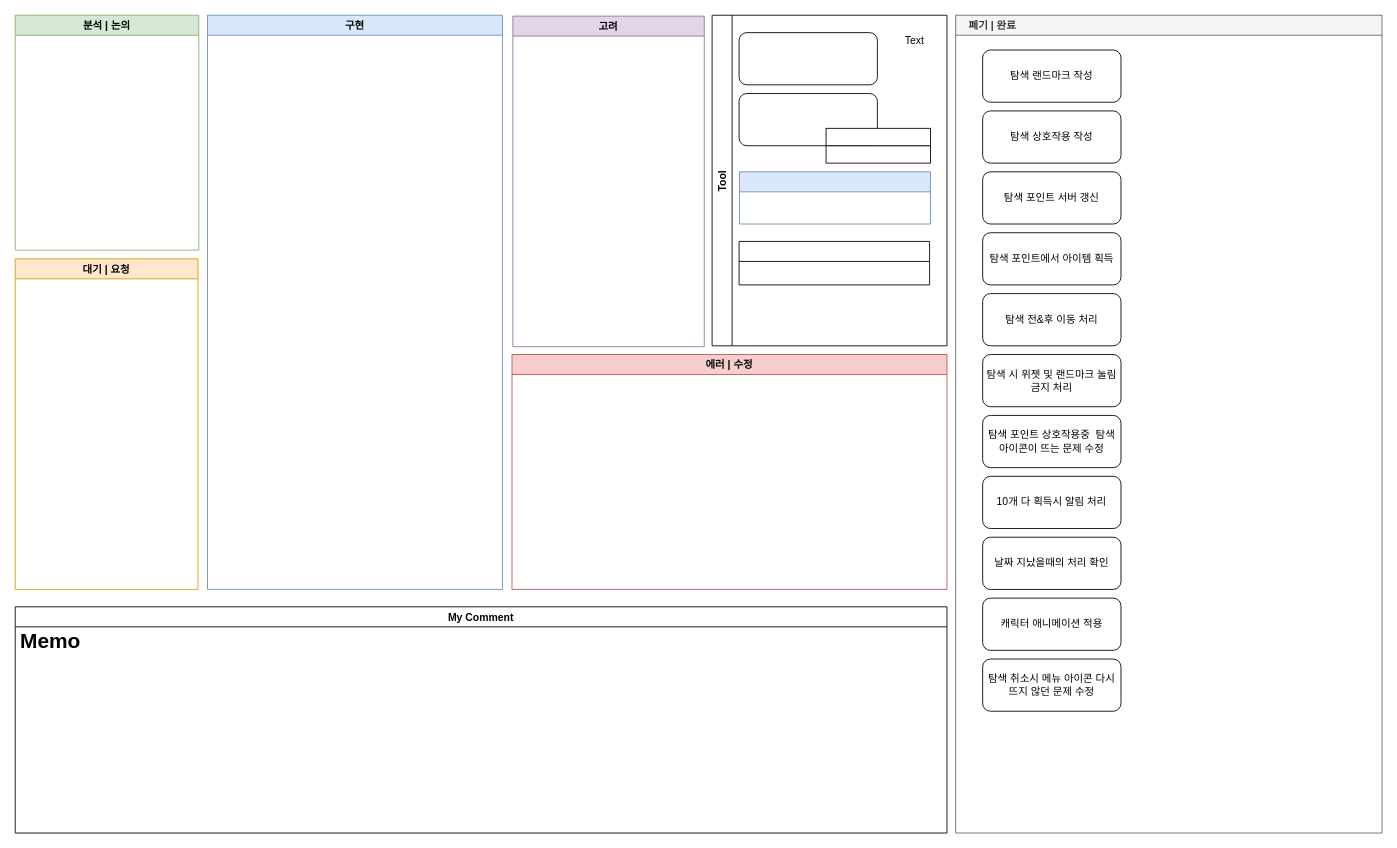
Endorr/Job-Board keeps this draw.io diagram as 낚시 시스템 진행상황.drawio. Above is the earlier version. Source tidied: cells renumbered, new cells numbered last; positions are measured from the earlier drawing's top-left corner, leaving out a move shared by most shapes. Both pictures are drawn from the tidied source at 87%, with x=0, y=0 at pixel (15, 15).
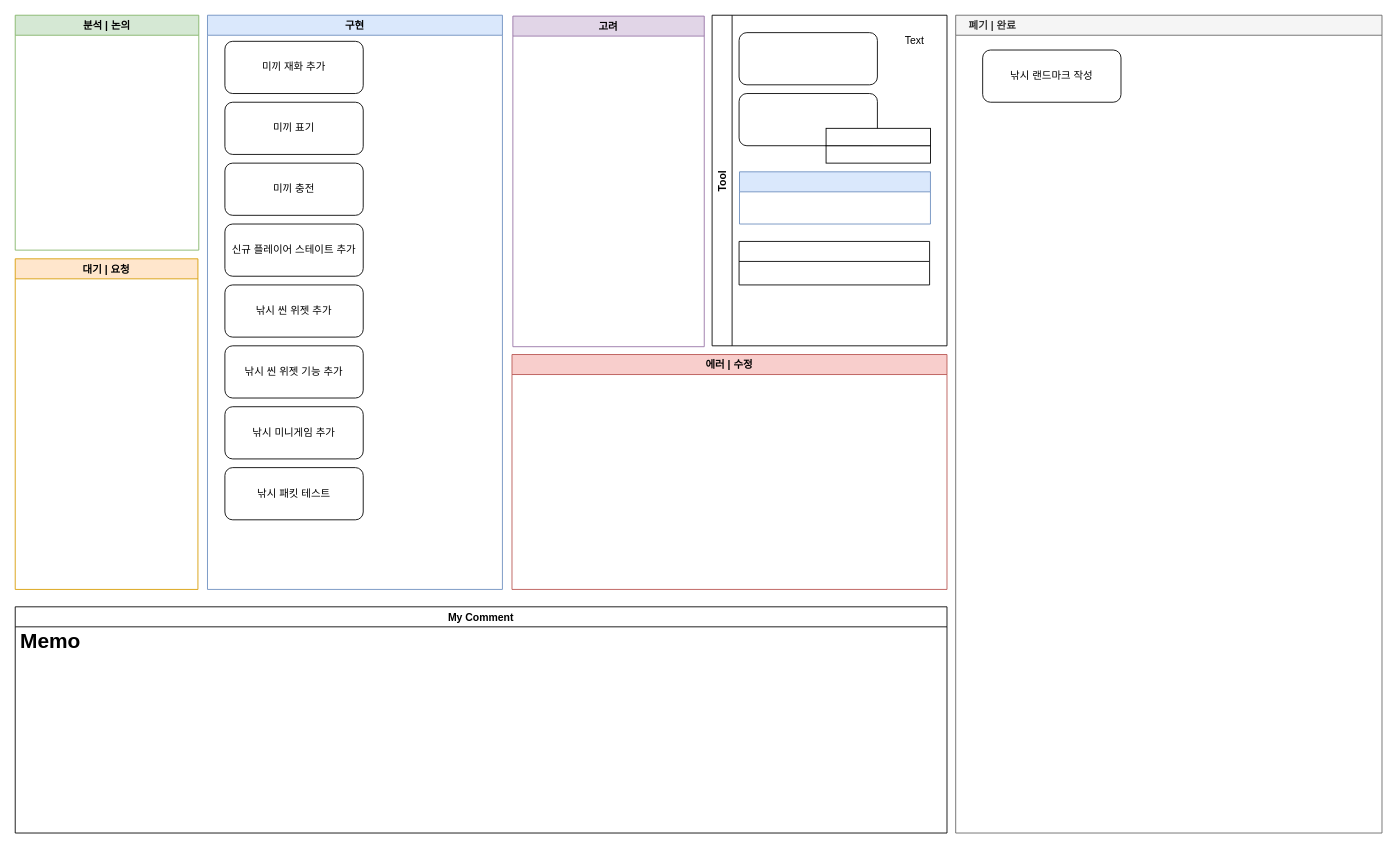
Above is the later version.

Commit message:
Update 낚시 시스템 진행상황.drawio

Unchanged cells that the change refers to:
```xml
<mxCell id="2" value="구현" style="swimlane;fillColor=#dae8fc;strokeColor=#6c8ebf;" parent="1" vertex="1">
  <mxGeometry x="221" width="339" height="660" as="geometry" />
</mxCell>
<mxCell id="7" value="    폐기 | 완료" style="swimlane;strokeColor=#666666;fillColor=#f5f5f5;fontColor=#333333;align=left;" parent="1" vertex="1">
  <mxGeometry x="1081" width="490" height="940" as="geometry" />
</mxCell>
```

The edit, as a diff of the source:
```diff
@@
+    <mxCell id="30" value="미끼 재화 추가" style="rounded=1;whiteSpace=wrap;html=1;" parent="2" vertex="1">
+      <mxGeometry x="20" y="30" width="159" height="60" as="geometry" />
+    </mxCell>
+    <mxCell id="31" value="미끼 표기" style="rounded=1;whiteSpace=wrap;html=1;" parent="2" vertex="1">
+      <mxGeometry x="20" y="100" width="159" height="60" as="geometry" />
+    </mxCell>
+    <mxCell id="32" value="미끼 충전" style="rounded=1;whiteSpace=wrap;html=1;" parent="2" vertex="1">
+      <mxGeometry x="20" y="170" width="159" height="60" as="geometry" />
+    </mxCell>
+    <mxCell id="33" value="신규 플레이어 스테이트 추가" style="rounded=1;whiteSpace=wrap;html=1;" parent="2" vertex="1">
+      <mxGeometry x="20" y="240" width="159" height="60" as="geometry" />
+    </mxCell>
+    <mxCell id="34" value="낚시 씬 위젯 기능 추가" style="rounded=1;whiteSpace=wrap;html=1;" parent="2" vertex="1">
+      <mxGeometry x="20" y="380" width="159" height="60" as="geometry" />
+    </mxCell>
+    <mxCell id="35" value="낚시 씬 위젯 추가" style="rounded=1;whiteSpace=wrap;html=1;" parent="2" vertex="1">
+      <mxGeometry x="20" y="310" width="159" height="60" as="geometry" />
+    </mxCell>
+    <mxCell id="36" value="낚시 미니게임 추가" style="rounded=1;whiteSpace=wrap;html=1;" parent="2" vertex="1">
+      <mxGeometry x="20" y="450" width="159" height="60" as="geometry" />
+    </mxCell>
+    <mxCell id="37" value="낚시 패킷 테스트" style="rounded=1;whiteSpace=wrap;html=1;" parent="2" vertex="1">
+      <mxGeometry x="20" y="520" width="159" height="60" as="geometry" />
+    </mxCell>
@@
-    <mxCell id="8" value="탐색 랜드마크 작성" style="rounded=1;whiteSpace=wrap;html=1;" parent="7" vertex="1">
+    <mxCell id="8" value="낚시 랜드마크 작성" style="rounded=1;whiteSpace=wrap;html=1;" parent="7" vertex="1">
       <mxGeometry x="31" y="40" width="159" height="60" as="geometry" />
     </mxCell>
-    <mxCell id="9" value="탐색 상호작용 작성" style="rounded=1;whiteSpace=wrap;html=1;" parent="7" vertex="1">
-      <mxGeometry x="31" y="110" width="159" height="60" as="geometry" />
-    </mxCell>
-    <mxCell id="10" value="탐색 포인트 서버 갱신" style="rounded=1;whiteSpace=wrap;html=1;" parent="7" vertex="1">
-      <mxGeometry x="31" y="180" width="159" height="60" as="geometry" />
-    </mxCell>
-    <mxCell id="11" value="탐색 포인트에서 아이템 획득" style="rounded=1;whiteSpace=wrap;html=1;" parent="7" vertex="1">
-      <mxGeometry x="31" y="250" width="159" height="60" as="geometry" />
-    </mxCell>
-    <mxCell id="12" value="탐색 전&amp;amp;후 이동 처리" style="rounded=1;whiteSpace=wrap;html=1;" parent="7" vertex="1">
-      <mxGeometry x="31" y="320" width="159" height="60" as="geometry" />
-    </mxCell>
-    <mxCell id="13" value="탐색 시 위젯 및 랜드마크 눌림 금지 처리" style="rounded=1;whiteSpace=wrap;html=1;" parent="7" vertex="1">
-      <mxGeometry x="31" y="390" width="159" height="60" as="geometry" />
-    </mxCell>
-    <mxCell id="14" value="탐색 포인트 상호작용중&amp;nbsp; 탐색 아이콘이 뜨는 문제 수정" style="rounded=1;whiteSpace=wrap;html=1;" parent="7" vertex="1">
-      <mxGeometry x="31" y="460" width="159" height="60" as="geometry" />
-    </mxCell>
-    <mxCell id="15" value="10개 다 획득시 알림 처리" style="rounded=1;whiteSpace=wrap;html=1;" parent="7" vertex="1">
-      <mxGeometry x="31" y="530" width="159" height="60" as="geometry" />
-    </mxCell>
-    <mxCell id="16" value="날짜 지났을때의 처리 확인" style="rounded=1;whiteSpace=wrap;html=1;" parent="7" vertex="1">
-      <mxGeometry x="31" y="600" width="159" height="60" as="geometry" />
-    </mxCell>
-    <mxCell id="17" value="캐릭터 애니메이션 적용" style="rounded=1;whiteSpace=wrap;html=1;" parent="7" vertex="1">
-      <mxGeometry x="31" y="670" width="159" height="60" as="geometry" />
-    </mxCell>
-    <mxCell id="18" value="탐색 취소시 메뉴 아이콘 다시 뜨지 않던 문제 수정" style="rounded=1;whiteSpace=wrap;html=1;" parent="7" vertex="1">
-      <mxGeometry x="31" y="740" width="159" height="60" as="geometry" />
-    </mxCell>
```
